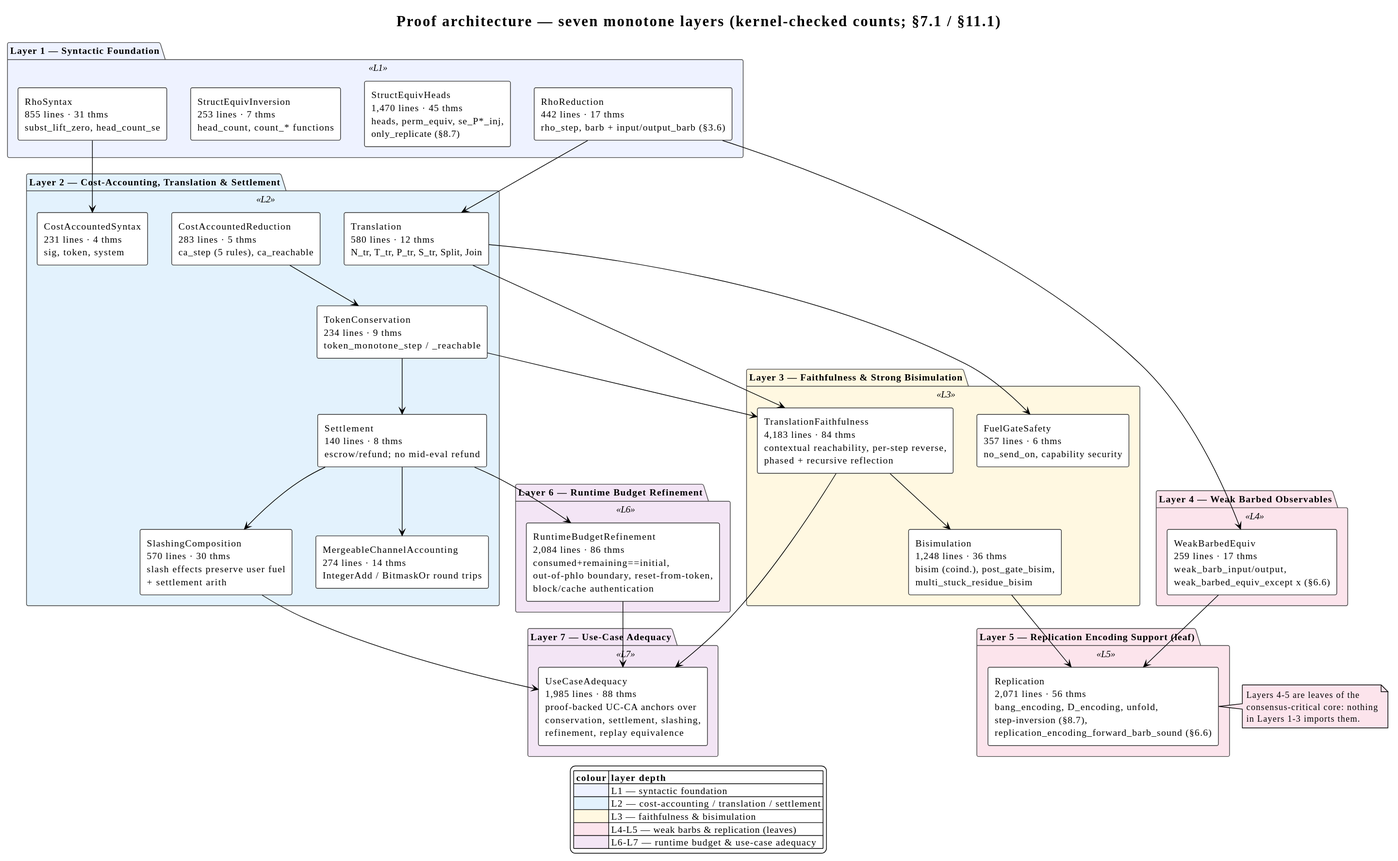
F1R3FLY-io/f1r3node-rust keeps this PlantUML diagram as docs/theory/diagrams/proof-layers.svg. Above is the earlier version.
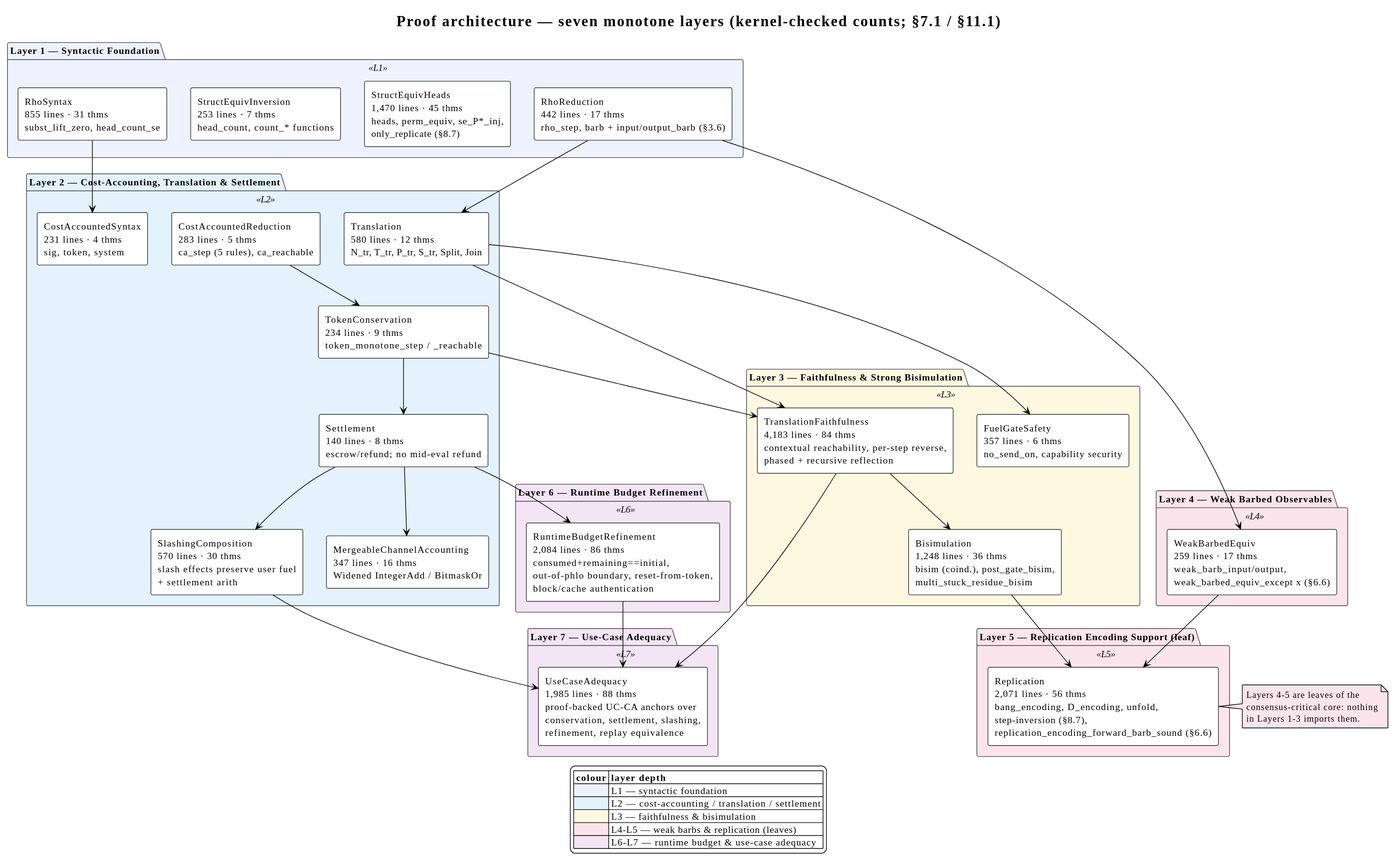
Later version of the same file.

What changed in the source:
```diff
@@ -34,7 +34,7 @@
   component "TokenConservation\n234 lines · 9 thms\ntoken_monotone_step / _reachable"                         as TokCon
   component "Settlement\n140 lines · 8 thms\nescrow/refund; no mid-eval refund"                               as Settle
   component "SlashingComposition\n570 lines · 30 thms\nslash effects preserve user fuel\n+ settlement arith"   as Slash
-  component "MergeableChannelAccounting\n274 lines · 14 thms\nIntegerAdd / BitmaskOr round trips"              as MCA
+  component "MergeableChannelAccounting\n347 lines · 16 thms\nWidened IntegerAdd / BitmaskOr"                 as MCA
 }
 
 package "Layer 3 — Faithfulness & Strong Bisimulation" <<L3>> {
```
